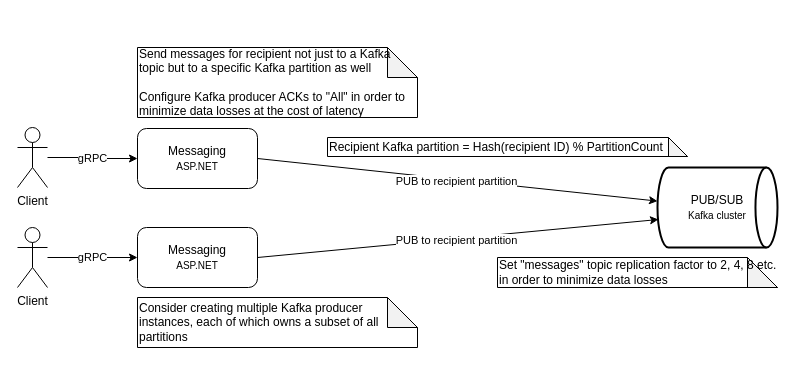
Earlier version of the draw.io diagram docs/cecochat-02-message-send.drawio (cvetomir-todorov/CecoChat). Source tidied: cells renumbered, new cells numbered last; positions are measured from the earlier drawing's top-left corner, leaving out a move shared by most shapes. Both pictures are drawn from the tidied source at 100%, with x=0, y=0 at pixel (17, 47).
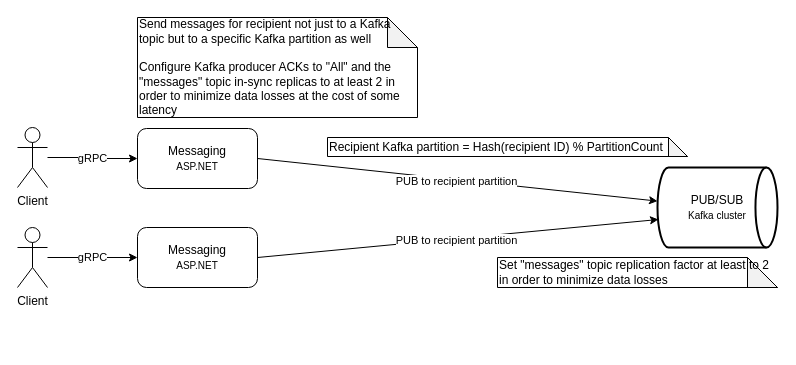
After the change.

Change to the diagram source:
```diff
@@
 <mxGraphModel>
   <root>
     <mxCell id="0" />
     <mxCell id="1" parent="0" />
     <mxCell id="2" value="gRPC" style="edgeStyle=orthogonalEdgeStyle;rounded=0;jettySize=auto;html=1;entryX=0;entryY=0.5;entryDx=0;entryDy=0;startArrow=none;startFill=0;" parent="1" edge="1" source="3" target="7">
       <mxGeometry relative="1" as="geometry" />
     </mxCell>
     <mxCell id="3" value="Client" style="shape=umlActor;verticalLabelPosition=bottom;verticalAlign=top;html=1;outlineConnect=0;" parent="1" vertex="1">
       <mxGeometry y="80" width="30" height="60" as="geometry" />
     </mxCell>
     <mxCell id="4" value="gRPC" style="edgeStyle=orthogonalEdgeStyle;rounded=0;jettySize=auto;html=1;entryX=0;entryY=0.5;entryDx=0;entryDy=0;startArrow=none;startFill=0;" parent="1" edge="1" source="5" target="12">
       <mxGeometry relative="1" as="geometry" />
     </mxCell>
     <mxCell id="5" value="Client" style="shape=umlActor;verticalLabelPosition=bottom;verticalAlign=top;html=1;outlineConnect=0;" parent="1" vertex="1">
       <mxGeometry y="180" width="30" height="60" as="geometry" />
     </mxCell>
     <mxCell id="6" value="PUB to recipient partition" style="rounded=0;jettySize=auto;html=1;startArrow=none;startFill=0;exitX=1;exitY=0.5;exitDx=0;exitDy=0;" parent="1" edge="1" source="7" target="8">
       <mxGeometry y="-2" relative="1" as="geometry">
         <mxPoint x="-1" as="offset" />
       </mxGeometry>
     </mxCell>
     <mxCell id="7" value="&lt;font style=&quot;font-size: 12px&quot;&gt;Messaging&lt;/font&gt;&lt;br&gt;&lt;font style=&quot;font-size: 10px&quot;&gt;ASP.NET&lt;/font&gt;" style="rounded=1;whiteSpace=wrap;html=1;" parent="1" vertex="1">
       <mxGeometry x="120" y="81" width="120" height="60" as="geometry" />
     </mxCell>
     <mxCell id="8" value="PUB/SUB&lt;br&gt;&lt;font style=&quot;font-size: 10px&quot;&gt;Kafka cluster&lt;/font&gt;" style="strokeWidth=2;html=1;shape=mxgraph.flowchart.direct_data;whiteSpace=wrap;" parent="1" vertex="1">
       <mxGeometry x="640" y="120" width="120" height="80" as="geometry" />
     </mxCell>
-    <mxCell id="9" value="Set &quot;messages&quot; topic replication factor to 2, 4, 8 etc. in order to minimize data losses" style="shape=note;whiteSpace=wrap;html=1;backgroundOutline=1;darkOpacity=0.05;align=left;" parent="1" vertex="1">
+    <mxCell id="9" value="Set &quot;messages&quot; topic replication factor at least to 2 in order to minimize data losses" style="shape=note;whiteSpace=wrap;html=1;backgroundOutline=1;darkOpacity=0.05;align=left;" parent="1" vertex="1">
       <mxGeometry x="480" y="210" width="280" height="30" as="geometry" />
     </mxCell>
-    <mxCell id="10" value="Send messages for recipient not just to a Kafka topic but to a specific Kafka partition as well&lt;br&gt;&lt;br&gt;Configure Kafka producer ACKs to &quot;All&quot; in order to minimize data losses at the cost of latency" style="shape=note;whiteSpace=wrap;html=1;backgroundOutline=1;darkOpacity=0.05;align=left;" parent="1" vertex="1">
-      <mxGeometry x="120" width="280" height="70" as="geometry" />
+    <mxCell id="10" value="Send messages for recipient not just to a Kafka topic but to a specific Kafka partition as well&lt;br&gt;&lt;br&gt;Configure Kafka producer ACKs to &quot;All&quot; and the &quot;messages&quot; topic in-sync replicas to at least 2 in order to minimize data losses at the cost of some latency" style="shape=note;whiteSpace=wrap;html=1;backgroundOutline=1;darkOpacity=0.05;align=left;" parent="1" vertex="1">
+      <mxGeometry x="120" y="-30" width="280" height="100" as="geometry" />
     </mxCell>
-    <mxCell id="11" value="Consider creating multiple Kafka producer instances, each of which owns a subset of all partitions" style="shape=note;whiteSpace=wrap;html=1;backgroundOutline=1;darkOpacity=0.05;align=left;" parent="1" vertex="1">
-      <mxGeometry x="120" y="250" width="280" height="50" as="geometry" />
-    </mxCell>
     <mxCell id="12" value="&lt;font style=&quot;font-size: 12px&quot;&gt;Messaging&lt;/font&gt;&lt;br&gt;&lt;font style=&quot;font-size: 10px&quot;&gt;ASP.NET&lt;/font&gt;" style="rounded=1;whiteSpace=wrap;html=1;" parent="1" vertex="1">
       <mxGeometry x="120" y="180" width="120" height="60" as="geometry" />
     </mxCell>
     <mxCell id="13" value="PUB to recipient partition" style="rounded=0;jettySize=auto;html=1;startArrow=none;startFill=0;exitX=1;exitY=0.5;exitDx=0;exitDy=0;entryX=0.008;entryY=0.65;entryDx=0;entryDy=0;entryPerimeter=0;" parent="1" edge="1" source="12" target="8">
       <mxGeometry y="-2" relative="1" as="geometry">
         <mxPoint x="-1" as="offset" />
       </mxGeometry>
     </mxCell>
     <mxCell id="14" value="Recipient Kafka partition = Hash(recipient ID) % PartitionCount" style="shape=note;whiteSpace=wrap;html=1;backgroundOutline=1;darkOpacity=0.05;align=left;" parent="1" vertex="1">
       <mxGeometry x="310" y="90" width="360" height="19" as="geometry" />
     </mxCell>
   </root>
 </mxGraphModel>
```
